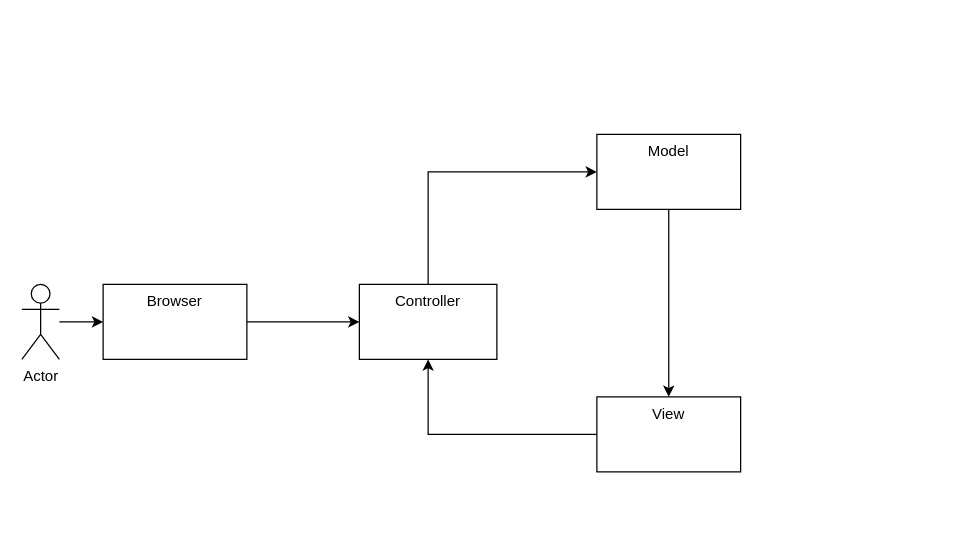
The draw.io diagram Diagram.drawio in anhan012/task, before the edit. Source tidied: cells renumbered, new cells numbered last; positions are measured from the earlier drawing's top-left corner, leaving out a move shared by most shapes. Both pictures are drawn from the tidied source at 125%, with x=0, y=0 at pixel (21, 134).
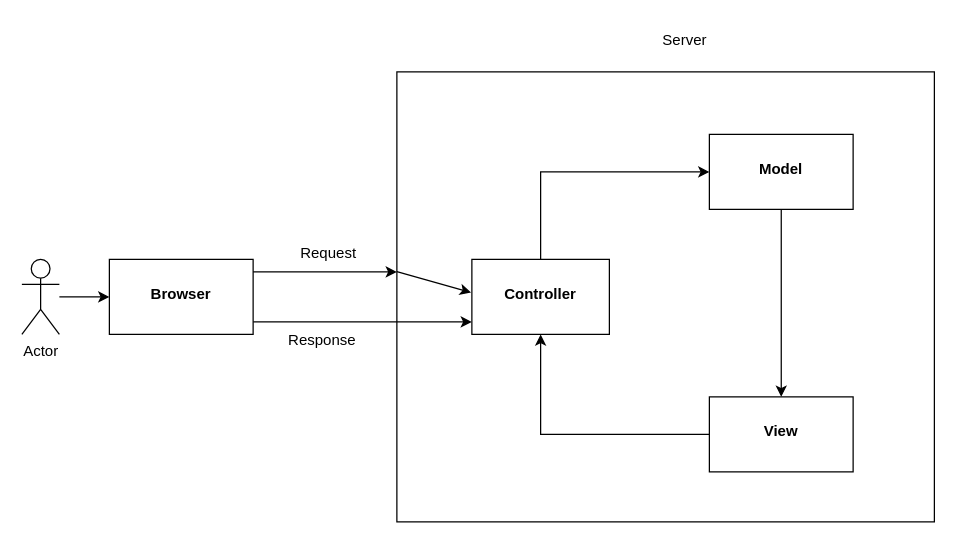
The same diagram, later.

Change to the diagram source:
```diff
@@
+    <mxCell id="12" value="&lt;div style=&quot;text-align: justify;&quot;&gt;&lt;br&gt;&lt;/div&gt;" style="whiteSpace=wrap;html=1;verticalAlign=top;align=center;" parent="1" vertex="1">
+      <mxGeometry x="300" y="-50" width="430" height="360" as="geometry" />
+    </mxCell>
-    <mxCell id="2" style="edgeStyle=orthogonalEdgeStyle;rounded=0;jettySize=auto;html=1;" parent="1" edge="1" source="3" target="5">
-      <mxGeometry relative="1" as="geometry" />
+    <mxCell id="2" style="edgeStyle=orthogonalEdgeStyle;rounded=0;jettySize=auto;html=1;entryX=0;entryY=0.5;entryDx=0;entryDy=0;" parent="1" edge="1" source="3" target="5">
+      <mxGeometry relative="1" as="geometry">
+        <Array as="points">
+          <mxPoint x="60" y="130" />
+          <mxPoint x="60" y="130" />
+        </Array>
+      </mxGeometry>
     </mxCell>
     <mxCell id="3" value="Actor" style="shape=umlActor;verticalLabelPosition=bottom;verticalAlign=top;html=1;outlineConnect=0;" parent="1" vertex="1">
-      <mxGeometry y="120" width="30" height="60" as="geometry" />
+      <mxGeometry y="100" width="30" height="60" as="geometry" />
     </mxCell>
-    <mxCell id="4" style="edgeStyle=orthogonalEdgeStyle;rounded=0;jettySize=auto;html=1;" parent="1" edge="1" source="5" target="7">
-      <mxGeometry relative="1" as="geometry" />
+    <mxCell id="4" style="edgeStyle=orthogonalEdgeStyle;rounded=0;orthogonalLoop=1;jettySize=auto;html=1;" parent="1" edge="1">
+      <mxGeometry relative="1" as="geometry">
+        <mxPoint x="185" y="150" as="sourcePoint" />
+        <mxPoint x="360" y="150" as="targetPoint" />
+        <Array as="points">
+          <mxPoint x="185" y="150" />
+        </Array>
+      </mxGeometry>
     </mxCell>
-    <mxCell id="5" value="Browser" style="whiteSpace=wrap;html=1;verticalAlign=top;" parent="1" vertex="1">
-      <mxGeometry x="65" y="120" width="115" height="60" as="geometry" />
-    </mxCell>
     <mxCell id="6" style="edgeStyle=orthogonalEdgeStyle;rounded=0;jettySize=auto;html=1;" parent="1" edge="1" source="7" target="9">
       <mxGeometry relative="1" as="geometry">
         <Array as="points">
-          <mxPoint x="325" y="30" />
+          <mxPoint x="415" y="30" />
         </Array>
       </mxGeometry>
     </mxCell>
-    <mxCell id="7" value="Controller" style="whiteSpace=wrap;html=1;verticalAlign=top;" parent="1" vertex="1">
-      <mxGeometry x="270" y="120" width="110" height="60" as="geometry" />
+    <mxCell id="7" value="&lt;div&gt;&lt;br&gt;&lt;/div&gt;&lt;b&gt;Controller&lt;/b&gt;" style="whiteSpace=wrap;html=1;verticalAlign=top;" parent="1" vertex="1">
+      <mxGeometry x="360" y="100" width="110" height="60" as="geometry" />
     </mxCell>
@@
-    <mxCell id="9" value="&lt;div style=&quot;text-align: justify;&quot;&gt;&lt;span style=&quot;background-color: transparent; color: light-dark(rgb(0, 0, 0), rgb(255, 255, 255));&quot;&gt;Model&lt;/span&gt;&lt;/div&gt;" style="whiteSpace=wrap;html=1;verticalAlign=top;align=center;" parent="1" vertex="1">
-      <mxGeometry x="460" width="115" height="60" as="geometry" />
+    <mxCell id="9" value="&lt;div style=&quot;text-align: justify;&quot;&gt;&lt;span style=&quot;background-color: transparent; color: light-dark(rgb(0, 0, 0), rgb(255, 255, 255));&quot;&gt;&lt;b&gt;&lt;br&gt;&lt;/b&gt;&lt;/span&gt;&lt;/div&gt;&lt;div style=&quot;text-align: justify;&quot;&gt;&lt;span style=&quot;background-color: transparent; color: light-dark(rgb(0, 0, 0), rgb(255, 255, 255));&quot;&gt;&lt;b&gt;Model&lt;/b&gt;&lt;/span&gt;&lt;/div&gt;" style="whiteSpace=wrap;html=1;verticalAlign=top;align=center;" parent="1" vertex="1">
+      <mxGeometry x="550" width="115" height="60" as="geometry" />
     </mxCell>
-    <mxCell id="10" value="View" style="whiteSpace=wrap;html=1;verticalAlign=top;" parent="1" vertex="1">
-      <mxGeometry x="460" y="210" width="115" height="60" as="geometry" />
+    <mxCell id="10" value="&lt;div&gt;&lt;b&gt;&lt;br&gt;&lt;/b&gt;&lt;/div&gt;&lt;b&gt;View&lt;/b&gt;" style="whiteSpace=wrap;html=1;verticalAlign=top;" parent="1" vertex="1">
+      <mxGeometry x="550" y="210" width="115" height="60" as="geometry" />
     </mxCell>
     <mxCell id="11" style="edgeStyle=orthogonalEdgeStyle;rounded=0;jettySize=auto;html=1;exitX=0;exitY=0.5;exitDx=0;exitDy=0;entryX=0.5;entryY=1;entryDx=0;entryDy=0;" parent="1" edge="1" source="10" target="7">
       <mxGeometry relative="1" as="geometry">
         <Array as="points">
-          <mxPoint x="325" y="240" />
+          <mxPoint x="415" y="240" />
         </Array>
       </mxGeometry>
     </mxCell>
+    <mxCell id="5" value="&lt;div style=&quot;text-align: justify;&quot;&gt;&lt;span style=&quot;background-color: transparent; color: light-dark(rgb(0, 0, 0), rgb(255, 255, 255));&quot;&gt;&lt;br&gt;&lt;/span&gt;&lt;/div&gt;&lt;div style=&quot;text-align: justify;&quot;&gt;&lt;b&gt;Browser&lt;/b&gt;&lt;/div&gt;" style="whiteSpace=wrap;html=1;verticalAlign=top;align=center;" parent="1" vertex="1">
+      <mxGeometry x="70" y="100" width="115" height="60" as="geometry" />
+    </mxCell>
+    <mxCell id="13" style="edgeStyle=orthogonalEdgeStyle;rounded=0;orthogonalLoop=1;jettySize=auto;html=1;" parent="1" edge="1">
+      <mxGeometry relative="1" as="geometry">
+        <mxPoint x="185" y="110" as="sourcePoint" />
+        <mxPoint x="300" y="110" as="targetPoint" />
+        <Array as="points">
+          <mxPoint x="185" y="110" />
+        </Array>
+      </mxGeometry>
+    </mxCell>
+    <mxCell id="14" style="endArrow=classic;html=1;rounded=0;entryX=-0.006;entryY=0.442;entryDx=0;entryDy=0;exitX=-0.001;exitY=0.444;exitDx=0;exitDy=0;exitPerimeter=0;entryPerimeter=0;" parent="1" edge="1" target="7">
+      <mxGeometry relative="1" as="geometry">
+        <mxPoint x="300" y="109.8" as="sourcePoint" />
+      </mxGeometry>
+    </mxCell>
+    <mxCell id="15" value="Request" style="text;html=1;align=center;verticalAlign=middle;strokeColor=none;fillColor=none;" parent="1" vertex="1">
+      <mxGeometry x="210" y="80" width="70" height="30" as="geometry" />
+    </mxCell>
+    <mxCell id="16" value="Response" style="text;html=1;align=center;verticalAlign=middle;strokeColor=none;fillColor=none;" parent="1" vertex="1">
+      <mxGeometry x="200" y="150" width="80" height="30" as="geometry" />
+    </mxCell>
+    <mxCell id="17" value="Server" style="text;html=1;align=center;verticalAlign=middle;strokeColor=none;fillColor=none;" parent="1" vertex="1">
+      <mxGeometry x="500" y="-90" width="60" height="30" as="geometry" />
+    </mxCell>
```
